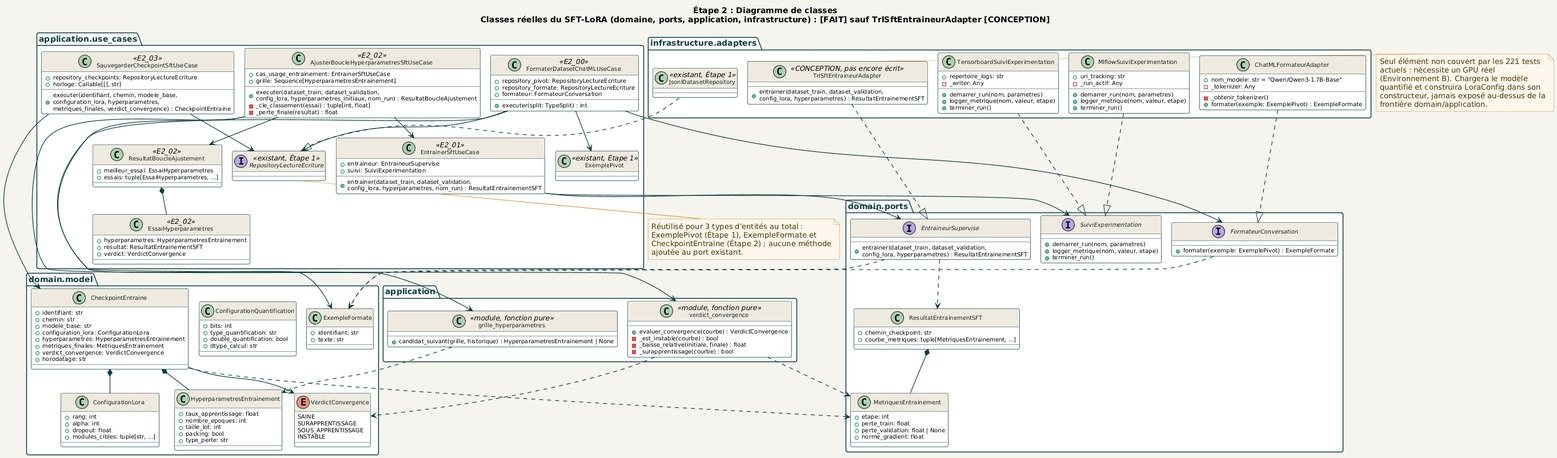
This is docs/diagrams/03_etape2_sft/paquets/classes_etape2.png from racemartin/m14_ocr, a PlantUML export, as it was before one commit.
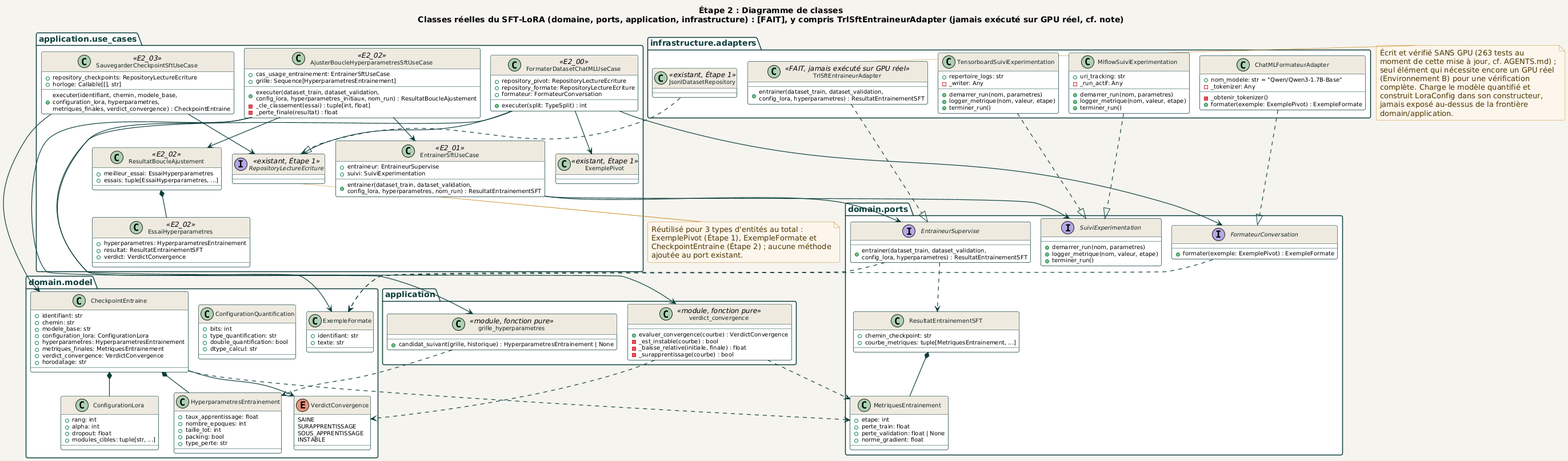
The same file after the commit.

The edit, as a diff of the source:
```diff
@@ -2,7 +2,7 @@
 !pragma layout smetana
 !include ../../_common/estilo.iuml
 
-title Étape 2 : Diagramme de classes\nClasses réelles du SFT-LoRA (domaine, ports, application, infrastructure) : [FAIT] sauf TrlSftEntraineurAdapter [CONCEPTION]
+title Étape 2 : Diagramme de classes\nClasses réelles du SFT-LoRA (domaine, ports, application, infrastructure) : [FAIT], y compris TrlSftEntraineurAdapter (jamais exécuté sur GPU réel, cf. note)
 
 package "domain.model" as MODEL {
   class ExempleFormate {
@@ -173,7 +173,7 @@
     +logger_metrique(nom, valeur, etape)
     +terminer_run()
   }
-  class TrlSftEntraineurAdapter <<CONCEPTION, pas encore écrit>> {
+  class TrlSftEntraineurAdapter <<FAIT, jamais exécuté sur GPU réel>> {
     +entrainer(dataset_train, dataset_validation,\nconfig_lora, hyperparametres) : ResultatEntrainementSFT
   }
   class JsonlDatasetRepository <<existant, Étape 1>>
@@ -193,12 +193,14 @@
 end note
 
 note right of TrlSftEntraineurAdapter
-  Seul élément non couvert par les 221 tests
-  actuels : nécessite un GPU réel
-  (Environnement B). Chargera le modèle
-  quantifié et construira LoraConfig dans son
-  constructeur, jamais exposé au-dessus de la
-  frontière domain/application.
+  Écrit et vérifié SANS GPU (263 tests au
+  moment de cette mise à jour, cf. AGENTS.md) ;
+  seul élément qui nécessite encore un GPU réel
+  (Environnement B) pour une vérification
+  complète. Charge le modèle quantifié et
+  construit LoraConfig dans son constructeur,
+  jamais exposé au-dessus de la frontière
+  domain/application.
 end note
 
 @enduml
```
